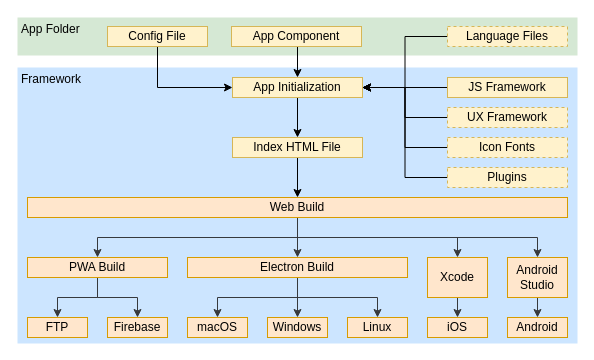
Earlier version of the draw.io diagram docs/images/buildFlow.drawio (scriptPilot/app-framework). Source tidied: cells renumbered, new cells numbered last; positions are measured from the earlier drawing's top-left corner, leaving out a move shared by most shapes. Both pictures are drawn from the tidied source at 100%, with x=0, y=0 at pixel (17, 17).
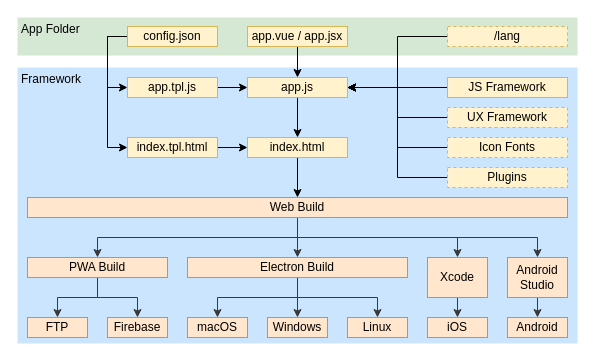
After the change.

Commit message (it also covers changes not shown here):
updated build flow

The edit, as a diff of the source:
```diff
@@
-    <mxCell id="28" value="Index HTML File&lt;br&gt;" style="rounded=0;whiteSpace=wrap;html=1;fillColor=#fff2cc;strokeColor=#d6b656;" parent="1" vertex="1">
-      <mxGeometry x="215" y="120" width="130" height="20" as="geometry" />
+    <mxCell id="28" value="index.html&lt;br&gt;" style="rounded=0;whiteSpace=wrap;html=1;fillColor=#fff2cc;strokeColor=#d6b656;" parent="1" vertex="1">
+      <mxGeometry x="230" y="120" width="100" height="20" as="geometry" />
     </mxCell>
@@
-    <mxCell id="38" value="App Initialization" style="rounded=0;whiteSpace=wrap;html=1;fillColor=#fff2cc;strokeColor=#d6b656;" parent="1" vertex="1">
-      <mxGeometry x="215" y="60" width="130" height="20" as="geometry" />
+    <mxCell id="38" value="app.js" style="rounded=0;whiteSpace=wrap;html=1;fillColor=#fff2cc;strokeColor=#d6b656;" parent="1" vertex="1">
+      <mxGeometry x="230" y="60" width="100" height="20" as="geometry" />
     </mxCell>
-    <mxCell id="39" style="edgeStyle=orthogonalEdgeStyle;rounded=0;jettySize=auto;html=1;exitX=0.5;exitY=1;exitDx=0;exitDy=0;entryX=0;entryY=0.5;entryDx=0;entryDy=0;" parent="1" edge="1" source="40" target="38">
-      <mxGeometry relative="1" as="geometry" />
-    </mxCell>
+    <mxCell id="45" style="edgeStyle=orthogonalEdgeStyle;rounded=0;jettySize=auto;html=1;exitX=0;exitY=0.5;exitDx=0;exitDy=0;entryX=0;entryY=0.5;entryDx=0;entryDy=0;" parent="1" edge="1" source="40" target="48">
+      <mxGeometry relative="1" as="geometry" />
+    </mxCell>
+    <mxCell id="46" style="edgeStyle=orthogonalEdgeStyle;rounded=0;jettySize=auto;html=1;exitX=0;exitY=0.5;exitDx=0;exitDy=0;entryX=0;entryY=0.5;entryDx=0;entryDy=0;" parent="1" edge="1" source="40" target="50">
+      <mxGeometry relative="1" as="geometry" />
+    </mxCell>
-    <mxCell id="40" value="Config File" style="rounded=0;whiteSpace=wrap;html=1;fillColor=#fff2cc;strokeColor=#d6b656;" parent="1" vertex="1">
-      <mxGeometry x="90" y="9" width="100" height="20" as="geometry" />
+    <mxCell id="40" value="config.json" style="rounded=0;whiteSpace=wrap;html=1;fillColor=#fff2cc;strokeColor=#d6b656;" parent="1" vertex="1">
+      <mxGeometry x="110" y="9" width="90" height="20" as="geometry" />
     </mxCell>
@@
-    <mxCell id="42" value="App Component" style="rounded=0;whiteSpace=wrap;html=1;fillColor=#fff2cc;strokeColor=#d6b656;" parent="1" vertex="1">
-      <mxGeometry x="214" y="9" width="130" height="20" as="geometry" />
+    <mxCell id="42" value="app.vue / app.jsx" style="rounded=0;whiteSpace=wrap;html=1;fillColor=#fff2cc;strokeColor=#d6b656;" parent="1" vertex="1">
+      <mxGeometry x="230" y="9" width="100" height="20" as="geometry" />
     </mxCell>
@@
-    <mxCell id="44" value="Language Files" style="rounded=0;whiteSpace=wrap;html=1;fillColor=#fff2cc;strokeColor=#d6b656;dashed=1;" parent="1" vertex="1">
+    <mxCell id="44" value="/lang" style="rounded=0;whiteSpace=wrap;html=1;fillColor=#fff2cc;strokeColor=#d6b656;dashed=1;" parent="1" vertex="1">
       <mxGeometry x="430" y="9" width="120" height="20" as="geometry" />
     </mxCell>
+    <mxCell id="47" style="edgeStyle=orthogonalEdgeStyle;rounded=0;jettySize=auto;html=1;exitX=1;exitY=0.5;exitDx=0;exitDy=0;entryX=0;entryY=0.5;entryDx=0;entryDy=0;" parent="1" edge="1" source="48" target="38">
+      <mxGeometry relative="1" as="geometry" />
+    </mxCell>
+    <mxCell id="48" value="app.tpl.js" style="rounded=0;whiteSpace=wrap;html=1;fillColor=#fff2cc;strokeColor=#d6b656;" parent="1" vertex="1">
+      <mxGeometry x="110" y="60" width="90" height="20" as="geometry" />
+    </mxCell>
+    <mxCell id="49" style="edgeStyle=orthogonalEdgeStyle;rounded=0;jettySize=auto;html=1;exitX=1;exitY=0.5;exitDx=0;exitDy=0;" parent="1" edge="1" source="50" target="28">
+      <mxGeometry relative="1" as="geometry" />
+    </mxCell>
+    <mxCell id="50" value="index.tpl.html" style="rounded=0;whiteSpace=wrap;html=1;fillColor=#fff2cc;strokeColor=#d6b656;" parent="1" vertex="1">
+      <mxGeometry x="110" y="120" width="90" height="20" as="geometry" />
+    </mxCell>
```
